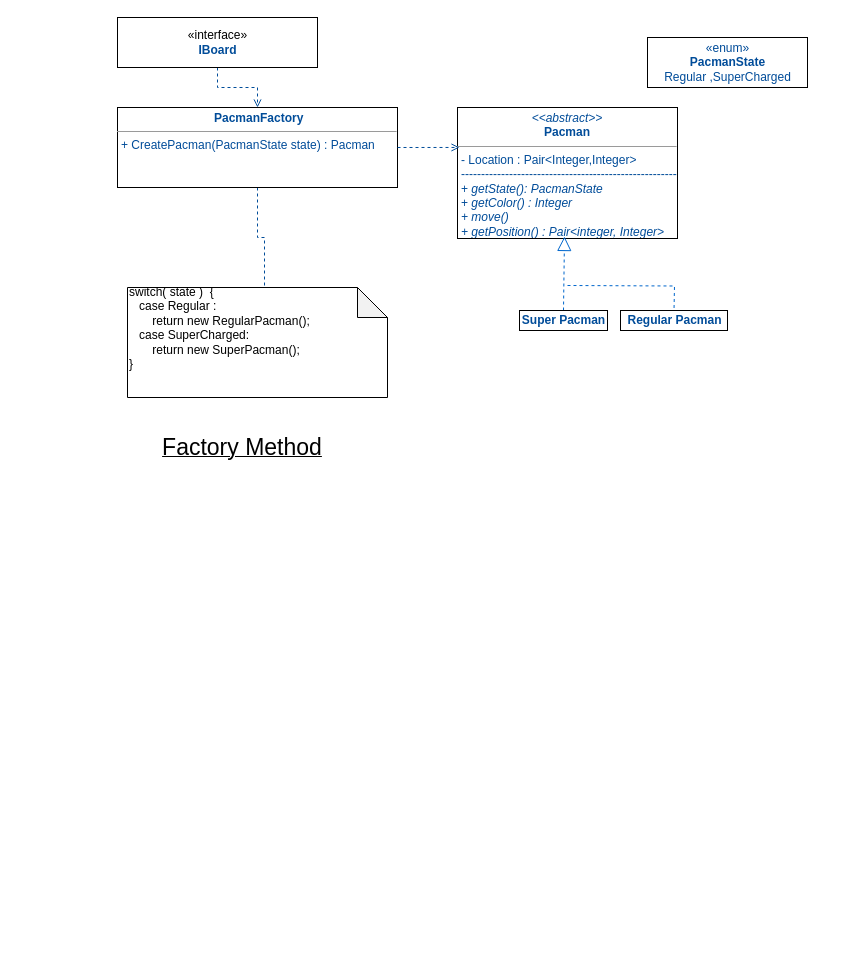
This is page "Creational-II" (3 of 4) of OOAD/DesignPatterns/pacman.drawio from anandr781/DesignMusings, a draw.io file, before an edit. Source tidied: cells renumbered, new cells numbered last; positions are measured from the earlier drawing's top-left corner, leaving out a move shared by most shapes. Both pictures are drawn from the tidied source at 100%, with x=0, y=0 at pixel (62, 17).
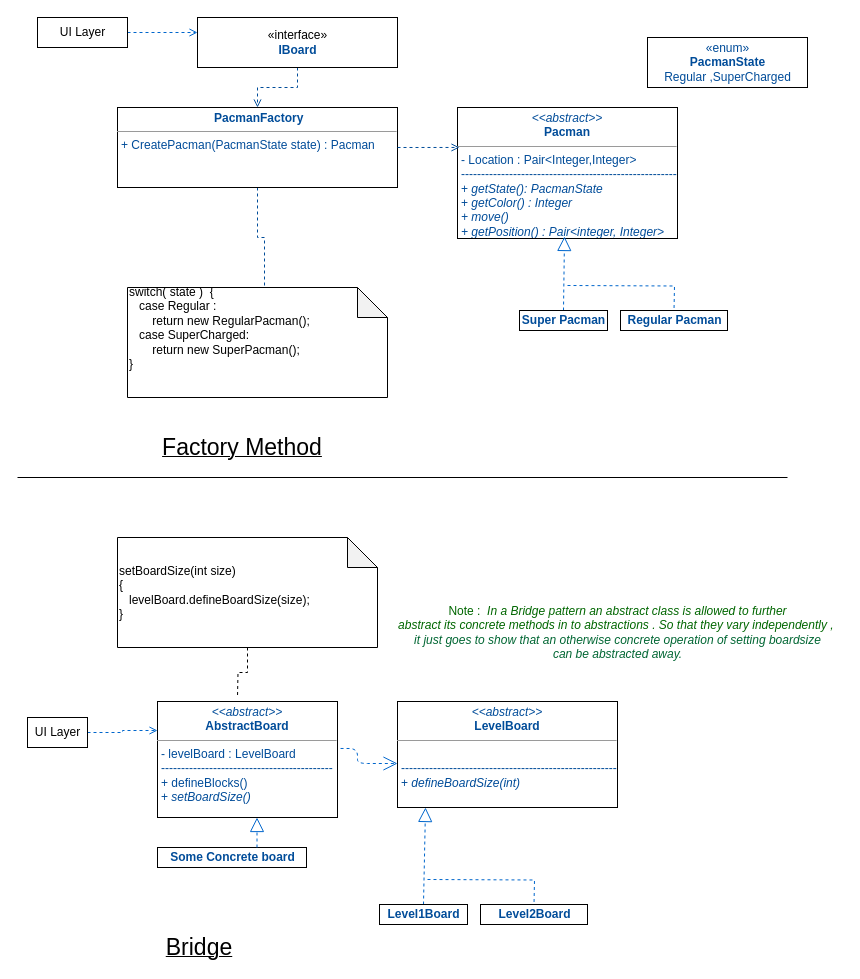
Above is the later version.

Commit message (it also covers changes not shown here):
Added Bridge Pattern

The edit, as a diff of the source:
```diff
@@
     <mxCell id="13" value="«interface»&lt;br&gt;&lt;font color=&quot;#004c99&quot;&gt;&lt;b&gt;IBoard&lt;/b&gt;&lt;/font&gt;" style="html=1;" parent="1" vertex="1">
-      <mxGeometry x="55" width="200" height="50" as="geometry" />
+      <mxGeometry x="135" width="200" height="50" as="geometry" />
     </mxCell>
@@
+    <mxCell id="15" value="&lt;p style=&quot;margin: 0px ; margin-top: 4px ; text-align: center&quot;&gt;&lt;i&gt;&amp;lt;&amp;lt;abstract&amp;gt;&amp;gt;&lt;/i&gt;&lt;br&gt;&lt;b&gt;AbstractBoard&lt;/b&gt;&lt;/p&gt;&lt;hr size=&quot;1&quot;&gt;&lt;p style=&quot;margin: 0px ; margin-left: 4px&quot;&gt;- levelBoard : LevelBoard&lt;/p&gt;&lt;p style=&quot;margin: 0px ; margin-left: 4px&quot;&gt;-------------------------------------------&lt;/p&gt;&lt;p style=&quot;margin: 0px ; margin-left: 4px&quot;&gt;+ defineBlocks()&lt;/p&gt;&lt;p style=&quot;margin: 0px ; margin-left: 4px&quot;&gt;+ &lt;i&gt;setBoardSize()&lt;/i&gt;&lt;/p&gt;&lt;p style=&quot;margin: 0px ; margin-left: 4px&quot;&gt;&lt;br&gt;&lt;/p&gt;&lt;p style=&quot;margin: 0px ; margin-left: 4px&quot;&gt;&lt;br&gt;&lt;/p&gt;&lt;p style=&quot;margin: 0px ; margin-left: 4px&quot;&gt;&lt;br&gt;&lt;/p&gt;&lt;p style=&quot;margin: 0px ; margin-left: 4px&quot;&gt;&lt;br&gt;&lt;/p&gt;&lt;p style=&quot;margin: 0px ; margin-left: 4px&quot;&gt;&lt;br&gt;&lt;/p&gt;&lt;p style=&quot;margin: 0px ; margin-left: 4px&quot;&gt;&lt;br&gt;&lt;/p&gt;" style="verticalAlign=top;align=left;overflow=fill;fontSize=12;fontFamily=Helvetica;html=1;fontColor=#004C99;" parent="1" vertex="1">
+      <mxGeometry x="95" y="684" width="180" height="116" as="geometry" />
+    </mxCell>
+    <mxCell id="16" value="&lt;p style=&quot;margin: 0px ; margin-top: 4px ; text-align: center&quot;&gt;&lt;i&gt;&amp;lt;&amp;lt;abstract&amp;gt;&amp;gt;&lt;/i&gt;&lt;br&gt;&lt;b&gt;LevelBoard&lt;/b&gt;&lt;/p&gt;&lt;hr size=&quot;1&quot;&gt;&lt;p style=&quot;margin: 0px ; margin-left: 4px&quot;&gt;&lt;br&gt;&lt;/p&gt;&lt;p style=&quot;margin: 0px ; margin-left: 4px&quot;&gt;------------------------------------------------------&lt;/p&gt;&lt;p style=&quot;margin: 0px ; margin-left: 4px&quot;&gt;+ &lt;i&gt;defineBoardSize(int)&lt;/i&gt;&lt;/p&gt;&lt;p style=&quot;margin: 0px ; margin-left: 4px&quot;&gt;&lt;br&gt;&lt;/p&gt;&lt;p style=&quot;margin: 0px ; margin-left: 4px&quot;&gt;&lt;br&gt;&lt;/p&gt;" style="verticalAlign=top;align=left;overflow=fill;fontSize=12;fontFamily=Helvetica;html=1;fontColor=#004C99;" parent="1" vertex="1">
+      <mxGeometry x="335" y="684" width="220" height="106" as="geometry" />
+    </mxCell>
+    <mxCell id="17" style="endArrow=block;dashed=1;endFill=0;endSize=12;html=1;fontColor=#004C99;strokeColor=#0066CC;exitX=0.5;exitY=0;exitDx=0;exitDy=0;" parent="1" edge="1" source="19">
+      <mxGeometry relative="1" as="geometry">
+        <mxPoint x="363" y="790" as="targetPoint" />
+      </mxGeometry>
+    </mxCell>
+    <mxCell id="18" style="edgeStyle=orthogonalEdgeStyle;rounded=0;orthogonalLoop=1;jettySize=auto;html=1;dashed=1;fontColor=#004C99;endArrow=none;endFill=0;strokeColor=#0066CC;" parent="1" edge="1">
+      <mxGeometry relative="1" as="geometry">
+        <mxPoint x="365" y="862" as="sourcePoint" />
+        <mxPoint x="471.5" y="887" as="targetPoint" />
+      </mxGeometry>
+    </mxCell>
+    <mxCell id="19" value="&lt;font color=&quot;#004c99&quot;&gt;&lt;b&gt;Level1Board&lt;/b&gt;&lt;/font&gt;" style="html=1;" parent="1" vertex="1">
+      <mxGeometry x="317" y="887" width="88" height="20" as="geometry" />
+    </mxCell>
+    <mxCell id="20" style="endArrow=open;html=1;endSize=12;startArrow=none;startSize=14;startFill=0;edgeStyle=orthogonalEdgeStyle;align=left;verticalAlign=bottom;dashed=1;fontColor=#004C99;strokeColor=#0066CC;exitX=1.017;exitY=0.405;exitDx=0;exitDy=0;exitPerimeter=0;" parent="1" edge="1" source="15">
+      <mxGeometry x="-1" y="-299" relative="1" as="geometry">
+        <mxPoint x="335" y="746" as="targetPoint" />
+        <Array as="points">
+          <mxPoint x="295" y="731" />
+          <mxPoint x="295" y="746" />
+        </Array>
+        <mxPoint x="-111" y="-21" as="offset" />
+      </mxGeometry>
+    </mxCell>
+    <mxCell id="21" value="&lt;font color=&quot;#004c99&quot;&gt;&lt;b&gt;Level2Board&lt;/b&gt;&lt;/font&gt;" style="html=1;" parent="1" vertex="1">
+      <mxGeometry x="418" y="887" width="107" height="20" as="geometry" />
+    </mxCell>
+    <mxCell id="22" style="edgeStyle=orthogonalEdgeStyle;rounded=0;jettySize=auto;html=1;endArrow=none;endFill=0;dashed=1;" parent="1" edge="1" source="23">
+      <mxGeometry relative="1" as="geometry">
+        <mxPoint x="175" y="680" as="targetPoint" />
+      </mxGeometry>
+    </mxCell>
+    <mxCell id="23" value="&lt;div&gt;setBoardSize(int size)&lt;/div&gt;&lt;div&gt;{&lt;/div&gt;&lt;div&gt;&amp;nbsp; &amp;nbsp;levelBoard.defineBoardSize(size);&lt;/div&gt;&lt;div&gt;}&lt;/div&gt;" style="shape=note;whiteSpace=wrap;html=1;backgroundOutline=1;darkOpacity=0.05;align=left;" parent="1" vertex="1">
+      <mxGeometry x="55" y="520" width="260" height="110" as="geometry" />
+    </mxCell>
+    <mxCell id="24" style="edgeStyle=orthogonalEdgeStyle;rounded=0;jettySize=auto;html=1;dashed=1;endArrow=open;endFill=0;strokeColor=#0066CC;" parent="1" edge="1" source="25">
+      <mxGeometry relative="1" as="geometry">
+        <mxPoint x="135" y="15" as="targetPoint" />
+      </mxGeometry>
+    </mxCell>
+    <mxCell id="25" value="UI Layer" style="html=1;" parent="1" vertex="1">
+      <mxGeometry x="-25" width="90" height="30" as="geometry" />
+    </mxCell>
+    <mxCell id="26" style="edgeStyle=orthogonalEdgeStyle;rounded=0;jettySize=auto;html=1;entryX=0;entryY=0.25;entryDx=0;entryDy=0;dashed=1;endArrow=open;endFill=0;strokeColor=#0066CC;" parent="1" edge="1" source="27" target="15">
+      <mxGeometry relative="1" as="geometry" />
+    </mxCell>
+    <mxCell id="27" value="UI Layer" style="html=1;" parent="1" vertex="1">
+      <mxGeometry x="-35" y="700" width="60" height="30" as="geometry" />
+    </mxCell>
+    <mxCell id="28" style="endArrow=none;html=1;" parent="1" edge="1">
+      <mxGeometry relative="1" as="geometry">
+        <mxPoint x="-45" y="460" as="sourcePoint" />
+        <mxPoint x="725" y="460" as="targetPoint" />
+      </mxGeometry>
+    </mxCell>
+    <mxCell id="29" value="&lt;span style=&quot;font-size: 23px&quot;&gt;Bridge&lt;/span&gt;" style="text;html=1;strokeColor=none;fillColor=none;align=center;verticalAlign=middle;whiteSpace=wrap;rounded=0;fontStyle=4;" parent="1" vertex="1">
+      <mxGeometry x="-43" y="920" width="360" height="20" as="geometry" />
+    </mxCell>
+    <mxCell id="30" value="&lt;font color=&quot;#006600&quot;&gt;Note :&amp;nbsp;&lt;/font&gt;&lt;i&gt;&lt;font color=&quot;#006600&quot;&gt;&amp;nbsp;In a Bridge pattern an abstract class is allowed to further&lt;br&gt;abstract its concrete methods in to abstractions . So that they vary independently ,&amp;nbsp;&lt;br&gt;&lt;/font&gt;&lt;font color=&quot;#006633&quot;&gt;it just goes to show that an otherwise concrete operation of setting boardsize &lt;br&gt;can be abstracted away.&lt;/font&gt;&lt;br&gt;&lt;/i&gt;" style="text;html=1;align=center;verticalAlign=middle;strokeColor=none;" parent="1" vertex="1">
+      <mxGeometry x="330" y="585" width="450" height="60" as="geometry" />
+    </mxCell>
+    <mxCell id="31" value="&lt;font color=&quot;#004c99&quot;&gt;&lt;b&gt;Some Concrete board&lt;/b&gt;&lt;/font&gt;" style="html=1;" parent="1" vertex="1">
+      <mxGeometry x="95" y="830" width="149" height="20" as="geometry" />
+    </mxCell>
+    <mxCell id="32" style="endArrow=block;dashed=1;endFill=0;endSize=12;html=1;fontColor=#004C99;strokeColor=#0066CC;" parent="1" edge="1">
+      <mxGeometry relative="1" as="geometry">
+        <mxPoint x="194.5" y="830" as="sourcePoint" />
+        <mxPoint x="194.5" y="800" as="targetPoint" />
+      </mxGeometry>
+    </mxCell>
```
